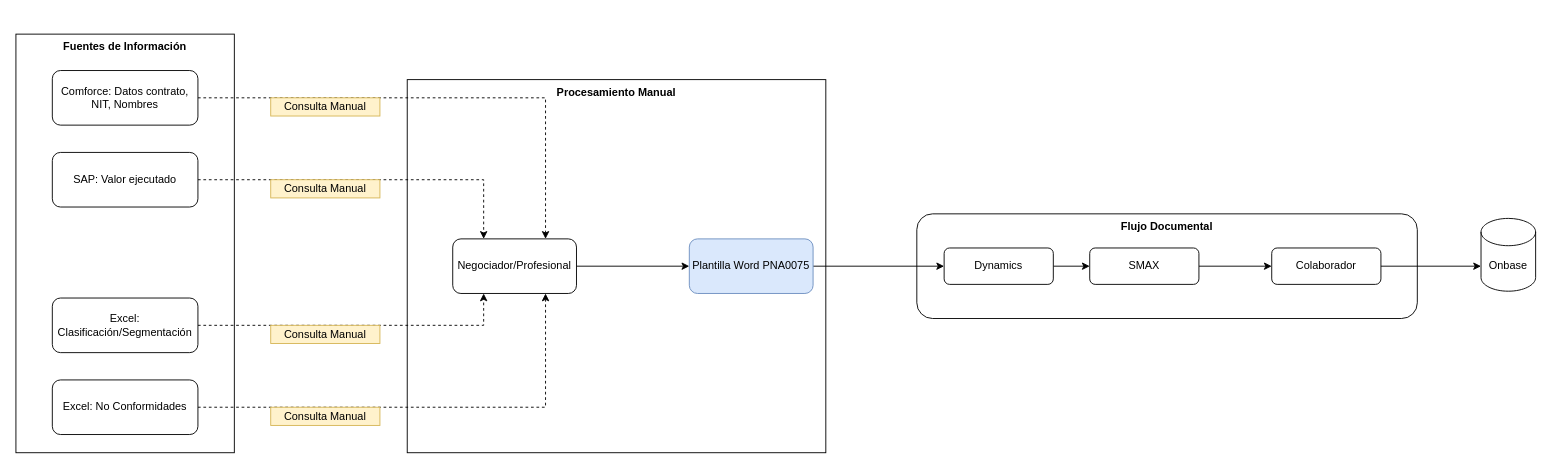
Above: page "AS-IS" (2 of 3) of Actas de liquidación.drawio in carlosvalderrama1204/diagrams (draw.io), before the change. Source tidied: cells renumbered, new cells numbered last; positions are measured from the earlier drawing's top-left corner, leaving out a move shared by most shapes. Both pictures are drawn from the tidied source at 91%, with x=0, y=0 at pixel (15, 34).
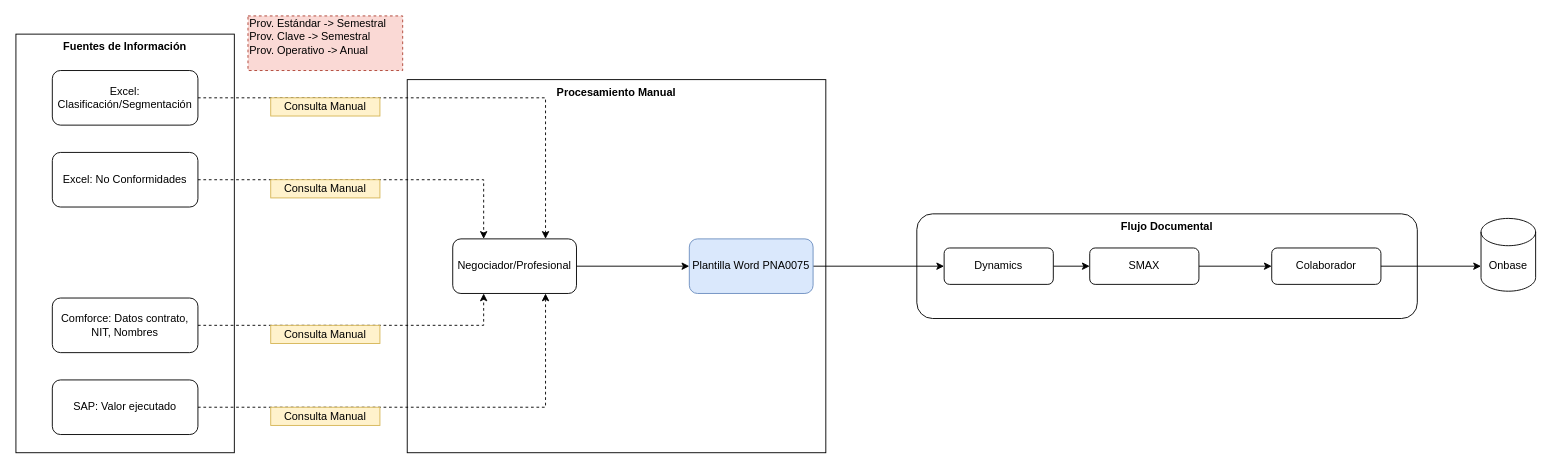
After the change.

What changed in the source:
```diff
@@
-    <mxCell id="6" value="SAP: Valor ejecutado" style="rounded=1;whiteSpace=wrap;html=1;" parent="1" vertex="1">
+    <mxCell id="6" value="Excel: No Conformidades" style="rounded=1;whiteSpace=wrap;html=1;" parent="1" vertex="1">
       <mxGeometry x="40" y="130" width="160" height="60" as="geometry" />
     </mxCell>
@@
-    <mxCell id="8" value="Comforce: Datos contrato, NIT, Nombres" style="rounded=1;whiteSpace=wrap;html=1;" parent="1" vertex="1">
+    <mxCell id="8" value="Excel: Clasificación/Segmentación" style="rounded=1;whiteSpace=wrap;html=1;" parent="1" vertex="1">
       <mxGeometry x="40" y="40" width="160" height="60" as="geometry" />
     </mxCell>
@@
-    <mxCell id="10" value="Excel: Clasificación/Segmentación" style="rounded=1;whiteSpace=wrap;html=1;" parent="1" vertex="1">
+    <mxCell id="10" value="Comforce: Datos contrato, NIT, Nombres" style="rounded=1;whiteSpace=wrap;html=1;" parent="1" vertex="1">
       <mxGeometry x="40" y="290" width="160" height="60" as="geometry" />
     </mxCell>
@@
-    <mxCell id="12" value="Excel: No Conformidades" style="rounded=1;whiteSpace=wrap;html=1;" parent="1" vertex="1">
+    <mxCell id="12" value="SAP: Valor ejecutado" style="rounded=1;whiteSpace=wrap;html=1;" parent="1" vertex="1">
       <mxGeometry x="40" y="380" width="160" height="60" as="geometry" />
     </mxCell>
@@
+    <mxCell id="28" value="Prov. Estándar -&amp;gt; Semestral&lt;div&gt;Prov. Clave -&amp;gt; Semestral&lt;/div&gt;&lt;div&gt;Prov. Operativo -&amp;gt; Anual&lt;br&gt;&lt;div&gt;&lt;br&gt;&lt;/div&gt;&lt;/div&gt;" style="rounded=0;whiteSpace=wrap;html=1;align=left;dashed=1;fillColor=#fad9d5;strokeColor=#ae4132;" parent="1" vertex="1">
+      <mxGeometry x="255" y="-20" width="170" height="60" as="geometry" />
+    </mxCell>
```
